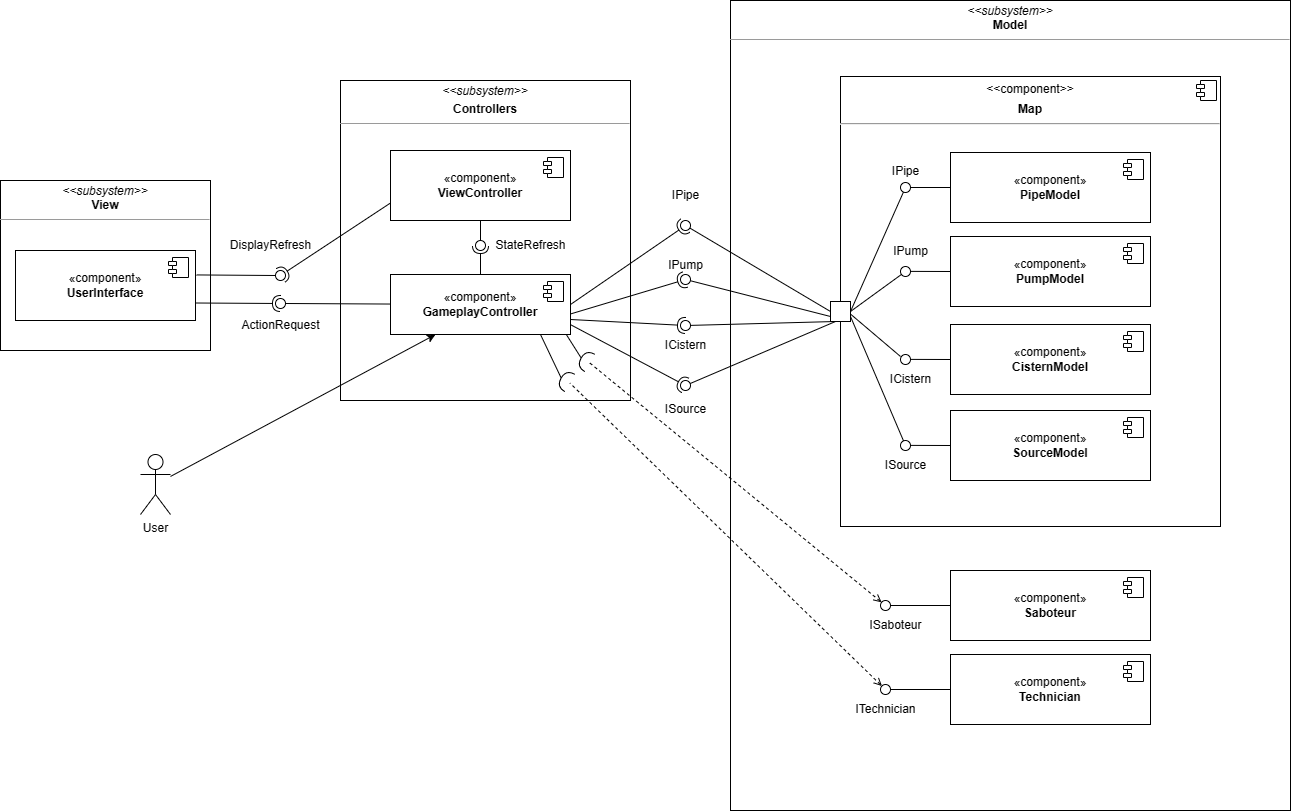
Above: misc/diagrams/component.drawio.png in RuntimeError-BME/coursework (draw.io), before the change. Source tidied: cells renumbered, new cells last; positions are measured from the earlier drawing's top-left corner, leaving out a move shared by most shapes.
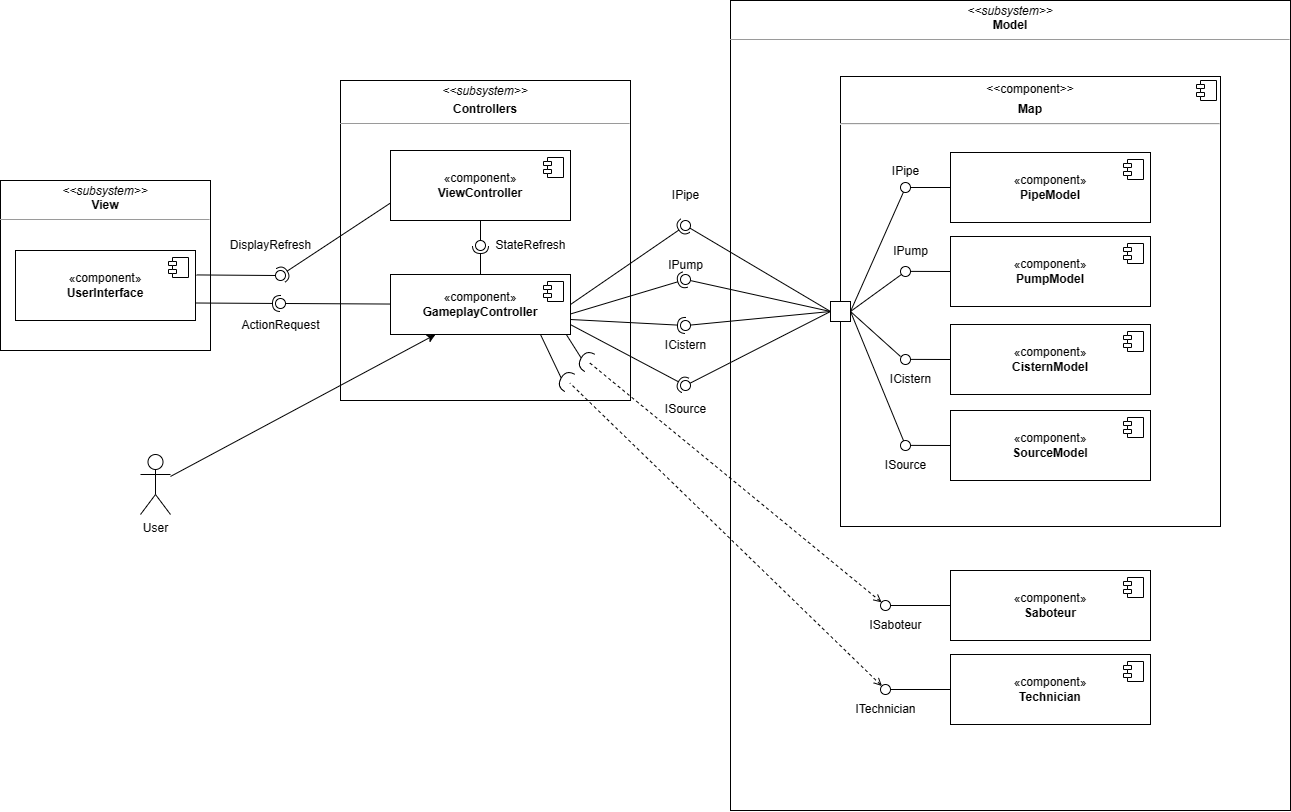
The same diagram one commit later.

The edit, as a diff of the source:
```diff
@@ -214,12 +214,12 @@
     <mxCell id="63" style="ellipse;whiteSpace=wrap;html=1;align=center;points=[];outlineConnect=0;sketch=0;direction=south;" parent="1" vertex="1">
       <mxGeometry x="900" y="440" width="10" height="10" as="geometry" />
     </mxCell>
-    <mxCell id="64" style="endArrow=none;html=1;rounded=0;exitX=0.999;exitY=0.627;exitDx=0;exitDy=0;exitPerimeter=0;" parent="1" edge="1" source="29">
+    <mxCell id="64" style="endArrow=none;html=1;rounded=0;exitX=1;exitY=0.5;exitDx=0;exitDy=0;" parent="1" edge="1" source="29">
       <mxGeometry relative="1" as="geometry">
         <mxPoint x="900" y="356" as="targetPoint" />
       </mxGeometry>
     </mxCell>
-    <mxCell id="65" style="endArrow=none;html=1;rounded=0;entryX=1;entryY=0.75;entryDx=0;entryDy=0;" parent="1" edge="1" source="63" target="29">
+    <mxCell id="65" style="endArrow=none;html=1;rounded=0;entryX=1;entryY=0.5;entryDx=0;entryDy=0;" parent="1" edge="1" source="63" target="29">
       <mxGeometry relative="1" as="geometry" />
     </mxCell>
     <mxCell id="66" value="ICistern" style="text;html=1;align=center;verticalAlign=middle;strokeColor=none;fillColor=none;" parent="1" vertex="1">
@@ -237,7 +237,7 @@
     <mxCell id="70" style="ellipse;whiteSpace=wrap;html=1;align=center;points=[];outlineConnect=0;sketch=0;" parent="1" vertex="1">
       <mxGeometry x="680" y="220" width="10" height="10" as="geometry" />
     </mxCell>
-    <mxCell id="71" style="rounded=0;jettySize=auto;html=1;endArrow=none;endFill=0;sketch=0;sourcePerimeterSpacing=0;targetPerimeterSpacing=0;exitX=0;exitY=0.75;exitDx=0;exitDy=0;" parent="1" edge="1" source="29" target="73">
+    <mxCell id="71" style="rounded=0;jettySize=auto;html=1;endArrow=none;endFill=0;sketch=0;sourcePerimeterSpacing=0;targetPerimeterSpacing=0;exitX=0;exitY=0.5;exitDx=0;exitDy=0;" parent="1" edge="1" source="29" target="73">
       <mxGeometry relative="1" as="geometry" />
     </mxCell>
     <mxCell id="72" style="rounded=0;jettySize=auto;html=1;endArrow=halfCircle;endFill=0;entryX=0.5;entryY=0.5;endSize=6;strokeWidth=1;sketch=0;exitX=1.002;exitY=0.656;exitDx=0;exitDy=0;exitPerimeter=0;" parent="1" edge="1" source="9" target="73">
@@ -246,7 +246,7 @@
     <mxCell id="73" style="ellipse;whiteSpace=wrap;html=1;align=center;points=[];outlineConnect=0;sketch=0;" parent="1" vertex="1">
       <mxGeometry x="680" y="274" width="10" height="10" as="geometry" />
     </mxCell>
-    <mxCell id="74" style="rounded=0;jettySize=auto;html=1;endArrow=none;endFill=0;sketch=0;sourcePerimeterSpacing=0;targetPerimeterSpacing=0;exitX=0.25;exitY=1;exitDx=0;exitDy=0;" parent="1" edge="1" source="29" target="76">
+    <mxCell id="74" style="rounded=0;jettySize=auto;html=1;endArrow=none;endFill=0;sketch=0;sourcePerimeterSpacing=0;targetPerimeterSpacing=0;exitX=0;exitY=0.5;exitDx=0;exitDy=0;" parent="1" edge="1" source="29" target="76">
       <mxGeometry relative="1" as="geometry" />
     </mxCell>
     <mxCell id="75" style="rounded=0;jettySize=auto;html=1;endArrow=halfCircle;endFill=0;entryX=0.5;entryY=0.5;endSize=6;strokeWidth=1;sketch=0;exitX=1;exitY=0.75;exitDx=0;exitDy=0;" parent="1" edge="1" source="9" target="76">
@@ -255,7 +255,7 @@
     <mxCell id="76" style="ellipse;whiteSpace=wrap;html=1;align=center;points=[];outlineConnect=0;sketch=0;" parent="1" vertex="1">
       <mxGeometry x="680" y="320" width="10" height="10" as="geometry" />
     </mxCell>
-    <mxCell id="77" style="rounded=0;jettySize=auto;html=1;endArrow=none;endFill=0;sketch=0;sourcePerimeterSpacing=0;targetPerimeterSpacing=0;exitX=0.25;exitY=1;exitDx=0;exitDy=0;" parent="1" edge="1" source="29" target="79">
+    <mxCell id="77" style="rounded=0;jettySize=auto;html=1;endArrow=none;endFill=0;sketch=0;sourcePerimeterSpacing=0;targetPerimeterSpacing=0;exitX=0;exitY=0.5;exitDx=0;exitDy=0;" parent="1" edge="1" source="29" target="79">
       <mxGeometry relative="1" as="geometry" />
     </mxCell>
     <mxCell id="78" style="rounded=0;jettySize=auto;html=1;endArrow=halfCircle;endFill=0;entryX=0.5;entryY=0.5;endSize=6;strokeWidth=1;sketch=0;exitX=1.002;exitY=0.839;exitDx=0;exitDy=0;exitPerimeter=0;" parent="1" edge="1" source="9" target="79">
```
